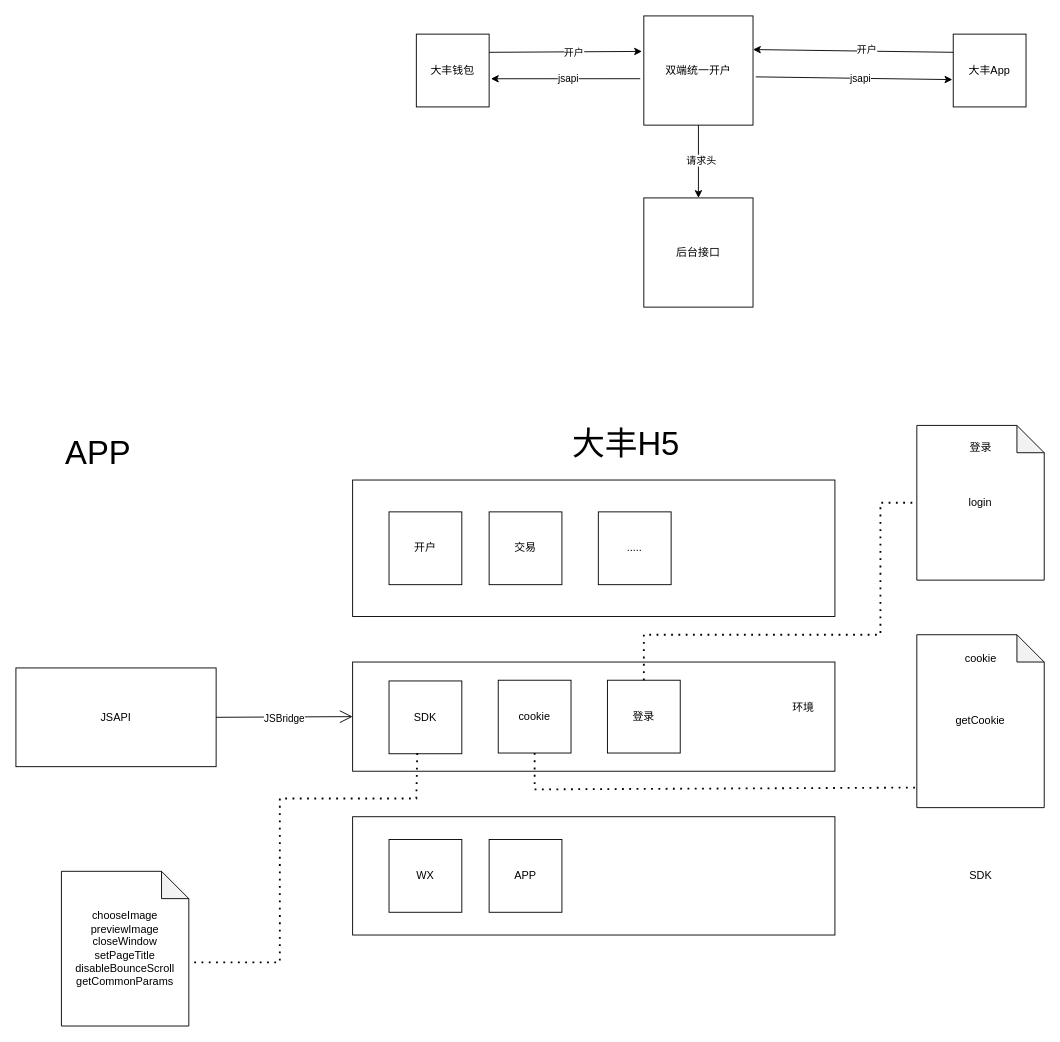
The draw.io diagram page "第 1 页" (1 of 4) of 未命名绘图.drawio in ios2014/ios--, before the edit. Source tidied: cells renumbered, new cells numbered last; positions are measured from the earlier drawing's top-left corner, leaving out a move shared by most shapes. Both pictures are drawn from the tidied source at 91%, with x=0, y=0 at pixel (15, 15).
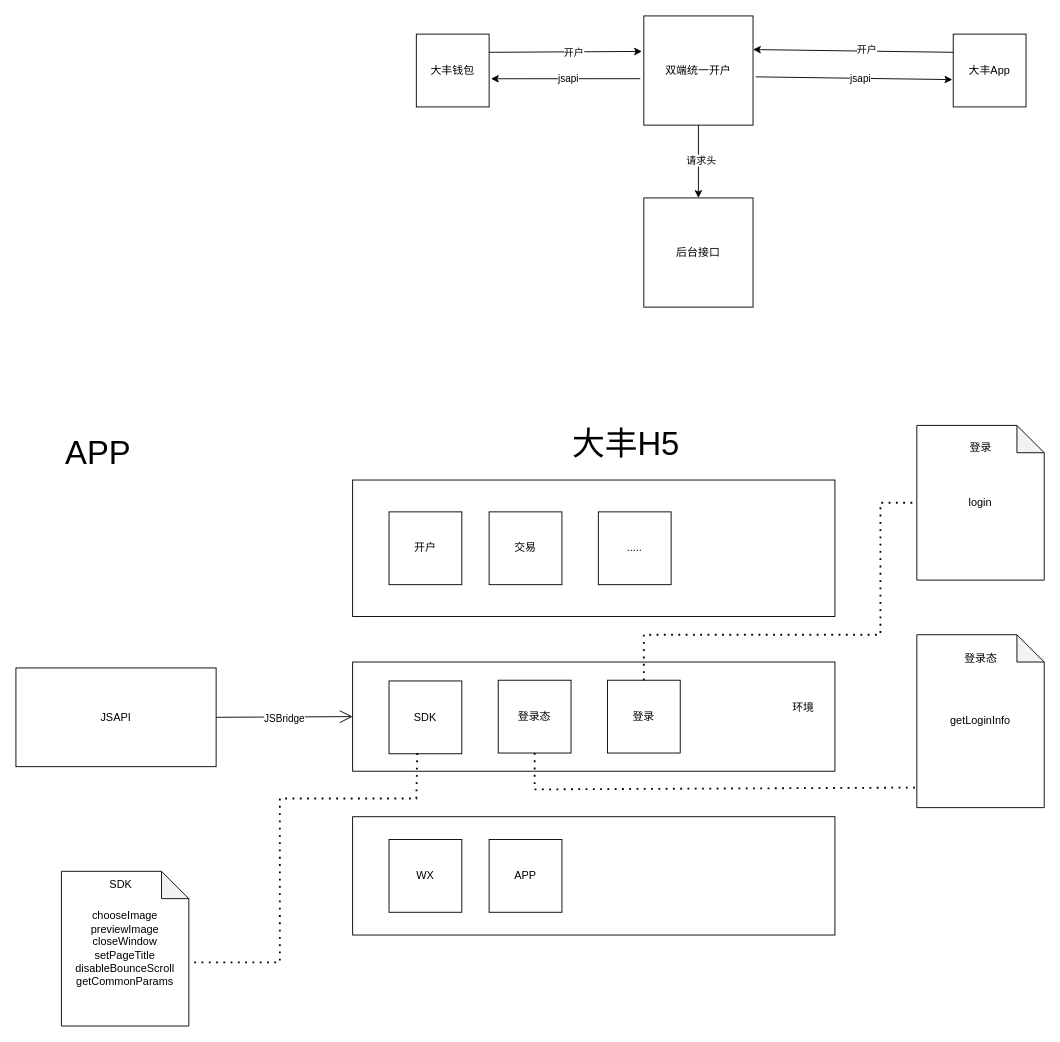
After the change.

The edit, as a diff of the source:
```diff
@@
     <mxCell id="30" value="SDK" style="text;html=1;align=center;verticalAlign=middle;strokeColor=none;fillColor=none;" parent="1" vertex="1">
-      <mxGeometry x="1035" y="930" width="50" height="30" as="geometry" />
+      <mxGeometry x="90" y="940" width="50" height="30" as="geometry" />
     </mxCell>
@@
-    <mxCell id="36" value="getCookie" style="shape=note;whiteSpace=wrap;html=1;backgroundOutline=1;darkOpacity=0.05;" parent="1" vertex="1">
+    <mxCell id="36" value="getLoginInfo" style="shape=note;whiteSpace=wrap;html=1;backgroundOutline=1;darkOpacity=0.05;" parent="1" vertex="1">
       <mxGeometry x="990" y="680" width="140" height="190" as="geometry" />
     </mxCell>
-    <mxCell id="37" value="cookie" style="text;html=1;align=center;verticalAlign=middle;strokeColor=none;fillColor=none;" parent="1" vertex="1">
-      <mxGeometry x="1020" y="690.8" width="80" height="30" as="geometry" />
+    <mxCell id="37" value="登录态" style="text;html=1;align=center;verticalAlign=middle;strokeColor=none;fillColor=none;" parent="1" vertex="1">
+      <mxGeometry x="1030" y="690.8" width="60" height="30" as="geometry" />
     </mxCell>
-    <mxCell id="38" value="cookie" style="whiteSpace=wrap;html=1;" parent="1" vertex="1">
+    <mxCell id="38" value="登录态" style="whiteSpace=wrap;html=1;" parent="1" vertex="1">
       <mxGeometry x="530" y="730" width="80" height="80" as="geometry" />
     </mxCell>
```
